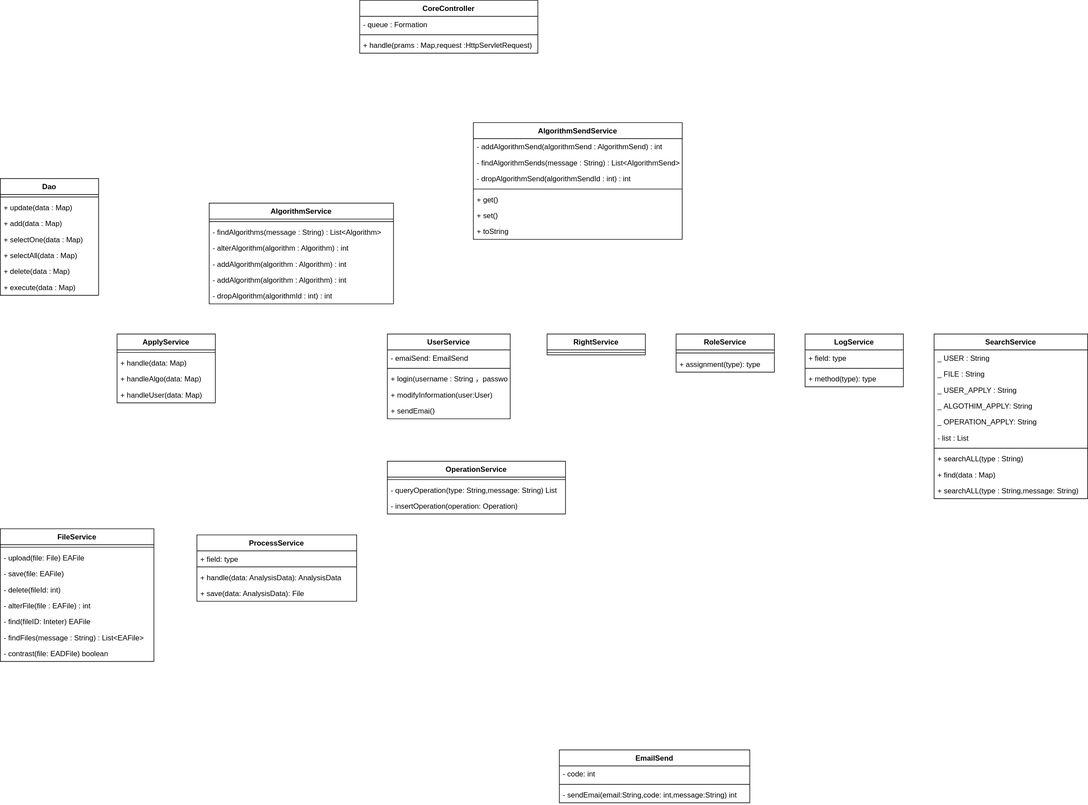
Before: structure.svg, a diagram exported from draw.io (JDsen99/UML). Source tidied: cells renumbered, new cells last; positions are measured from the earlier drawing's top-left corner, leaving out a move shared by most shapes.
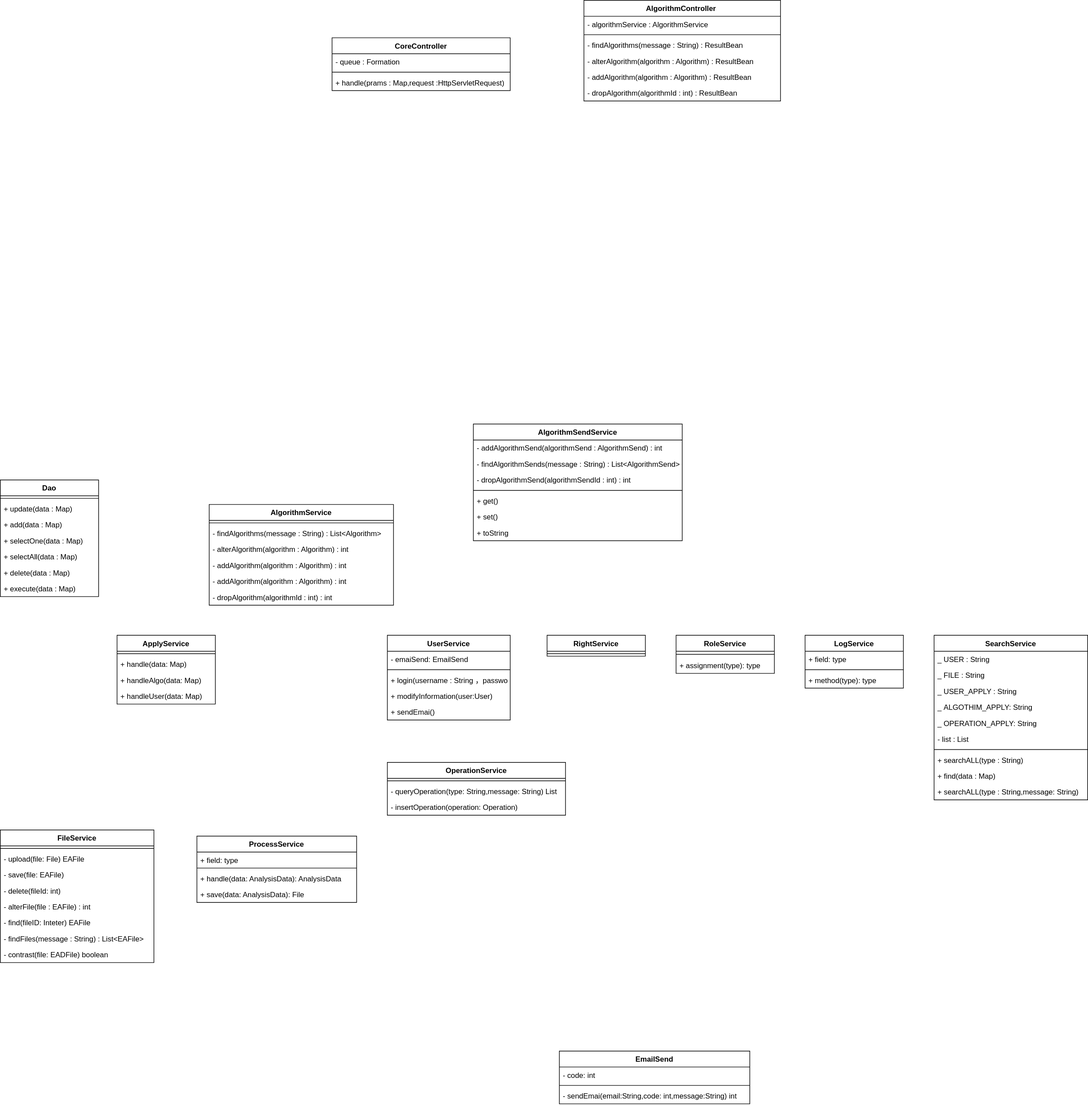
After the commit.

The edit, as a diff of the source:
```diff
@@ -3,7 +3,7 @@
     <mxCell id="0" />
     <mxCell id="1" parent="0" />
     <mxCell id="2" value="CoreController" style="swimlane;fontStyle=1;align=center;verticalAlign=top;horizontal=1;startSize=26;" parent="1" vertex="1">
-      <mxGeometry x="585" width="290" height="86" as="geometry" />
+      <mxGeometry x="540" y="-430" width="290" height="86" as="geometry" />
     </mxCell>
     <mxCell id="3" value="- queue : Formation" style="text;strokeColor=none;fillColor=none;align=left;verticalAlign=top;spacingLeft=4;spacingRight=4;overflow=hidden;" parent="2" vertex="1">
       <mxGeometry y="26" width="290" height="26" as="geometry" />
@@ -242,5 +242,26 @@
     <mxCell id="81" value="+ toString" style="text;strokeColor=none;fillColor=none;align=left;verticalAlign=top;spacingLeft=4;spacingRight=4;overflow=hidden;" parent="74" vertex="1">
       <mxGeometry y="164" width="340" height="26" as="geometry" />
     </mxCell>
+    <mxCell id="82" value="AlgorithmController " style="swimlane;fontStyle=1;align=center;verticalAlign=top;horizontal=1;startSize=26;rounded=0;shadow=0;glass=0;sketch=0;" parent="1" vertex="1">
+      <mxGeometry x="950" y="-491" width="320" height="164" as="geometry" />
+    </mxCell>
+    <mxCell id="83" value="- algorithmService : AlgorithmService" style="text;strokeColor=none;fillColor=none;align=left;verticalAlign=top;spacingLeft=4;spacingRight=4;overflow=hidden;" parent="82" vertex="1">
+      <mxGeometry y="26" width="320" height="26" as="geometry" />
+    </mxCell>
+    <mxCell id="84" style="line;strokeWidth=1;fillColor=none;align=left;verticalAlign=middle;spacingTop=-1;spacingLeft=3;spacingRight=3;labelPosition=right;" parent="82" vertex="1">
+      <mxGeometry y="52" width="320" height="8" as="geometry" />
+    </mxCell>
+    <mxCell id="85" value="- findAlgorithms(message : String) : ResultBean" style="text;strokeColor=none;fillColor=none;align=left;verticalAlign=top;spacingLeft=4;spacingRight=4;overflow=hidden;" parent="82" vertex="1">
+      <mxGeometry y="60" width="320" height="26" as="geometry" />
+    </mxCell>
+    <mxCell id="86" value="- alterAlgorithm(algorithm : Algorithm) : ResultBean" style="text;strokeColor=none;fillColor=none;align=left;verticalAlign=top;spacingLeft=4;spacingRight=4;overflow=hidden;" parent="82" vertex="1">
+      <mxGeometry y="86" width="320" height="26" as="geometry" />
+    </mxCell>
+    <mxCell id="87" value="- addAlgorithm(algorithm : Algorithm) : ResultBean" style="text;strokeColor=none;fillColor=none;align=left;verticalAlign=top;spacingLeft=4;spacingRight=4;overflow=hidden;" parent="82" vertex="1">
+      <mxGeometry y="112" width="320" height="26" as="geometry" />
+    </mxCell>
+    <mxCell id="88" value="- dropAlgorithm(algorithmId : int) : ResultBean" style="text;strokeColor=none;fillColor=none;align=left;verticalAlign=top;spacingLeft=4;spacingRight=4;overflow=hidden;" parent="82" vertex="1">
+      <mxGeometry y="138" width="320" height="26" as="geometry" />
+    </mxCell>
   </root>
 </mxGraphModel>
```
